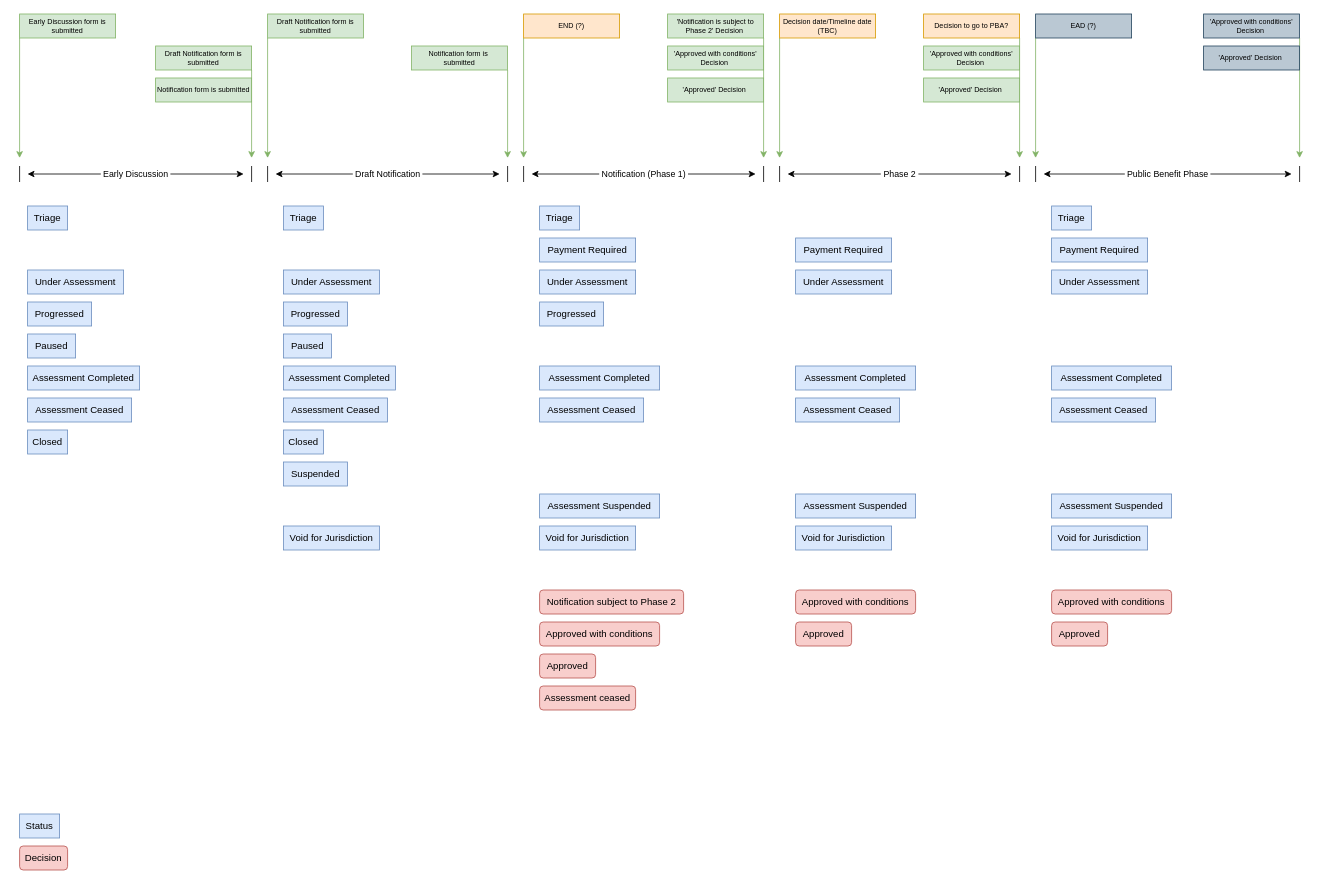
Earlier version of the draw.io diagram logging/Merger Matter Phase and Status.drawio (danieldotskc/helloworld). Source tidied: cells renumbered, new cells numbered last; positions are measured from the earlier drawing's top-left corner, leaving out a move shared by most shapes. Both pictures are drawn from the tidied source at 80%, with x=0, y=0 at pixel (19, 14).
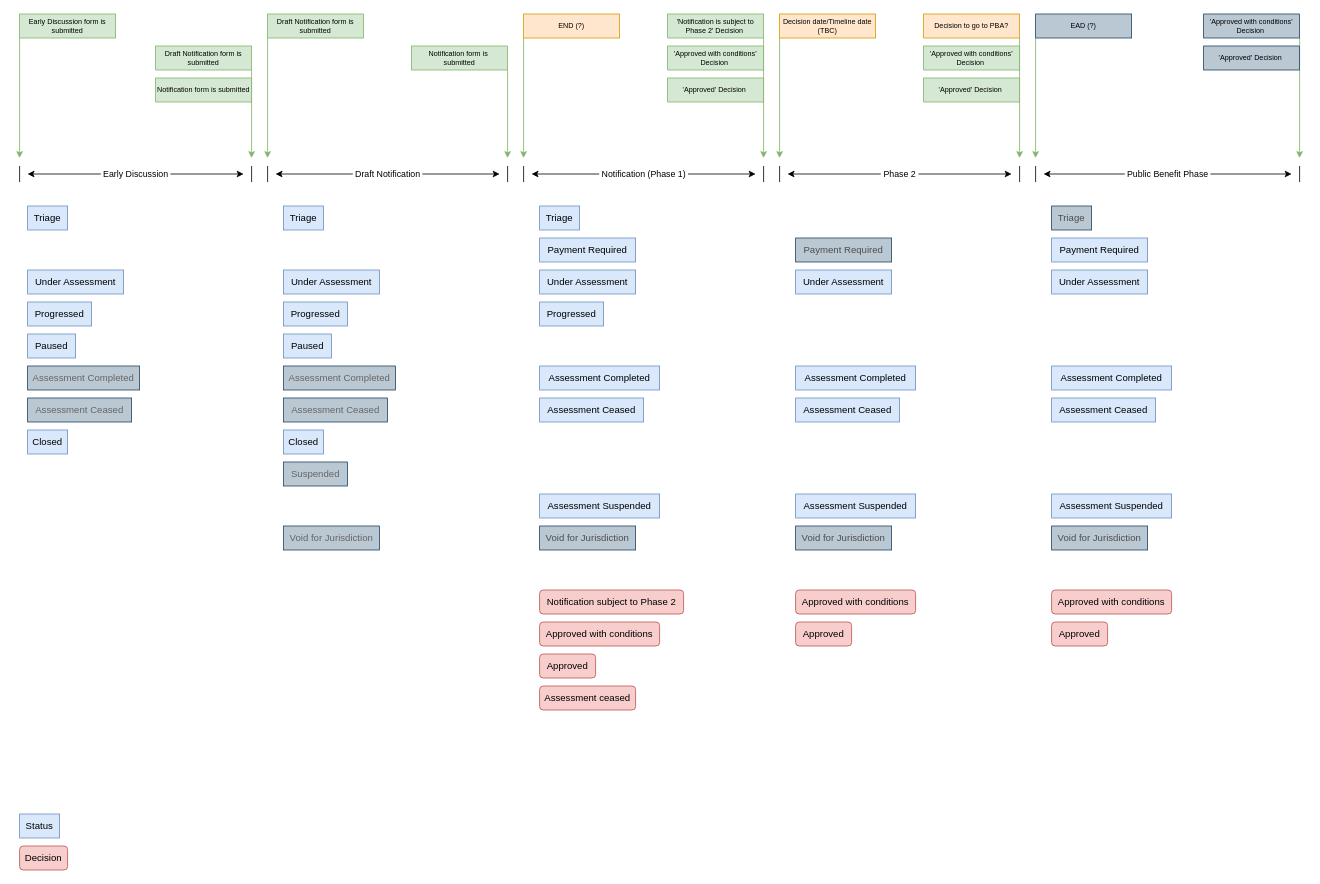
The same diagram, later.

Diff of the diagram source:
```diff
@@
-    <mxCell id="26" value="Void for Jurisdiction" style="rounded=0;whiteSpace=wrap;html=1;fillColor=#dae8fc;strokeColor=#6c8ebf;" parent="1" vertex="1">
+    <mxCell id="26" value="Void for Jurisdiction" style="rounded=0;whiteSpace=wrap;html=1;fillColor=#bac8d3;strokeColor=#23445d;fontColor=#4D4D4D;" parent="1" vertex="1">
       <mxGeometry x="650" y="640" width="120" height="30" as="geometry" />
     </mxCell>
@@
-    <mxCell id="32" value="Void for Jurisdiction" style="rounded=0;whiteSpace=wrap;html=1;fillColor=#dae8fc;strokeColor=#6c8ebf;" parent="1" vertex="1">
+    <mxCell id="32" value="Void for Jurisdiction" style="rounded=0;whiteSpace=wrap;html=1;fillColor=#bac8d3;strokeColor=#23445d;fontColor=#4D4D4D;" parent="1" vertex="1">
       <mxGeometry x="970" y="640" width="120" height="30" as="geometry" />
     </mxCell>
-    <mxCell id="33" value="Payment Required" style="rounded=0;whiteSpace=wrap;html=1;fillColor=#dae8fc;strokeColor=#6c8ebf;" parent="1" vertex="1">
+    <mxCell id="33" value="Payment Required" style="rounded=0;whiteSpace=wrap;html=1;fillColor=#bac8d3;strokeColor=#23445d;fontColor=#4D4D4D;" parent="1" vertex="1">
       <mxGeometry x="970" y="280" width="120" height="30" as="geometry" />
     </mxCell>
@@
-    <mxCell id="36" value="Triage" style="rounded=0;whiteSpace=wrap;html=1;fillColor=#dae8fc;strokeColor=#6c8ebf;" parent="1" vertex="1">
+    <mxCell id="36" value="Triage" style="rounded=0;whiteSpace=wrap;html=1;fillColor=#bac8d3;strokeColor=#23445d;fontColor=#4D4D4D;" parent="1" vertex="1">
       <mxGeometry x="1290" y="240" width="50" height="30" as="geometry" />
     </mxCell>
@@
-    <mxCell id="39" value="Void for Jurisdiction" style="rounded=0;whiteSpace=wrap;html=1;fillColor=#dae8fc;strokeColor=#6c8ebf;" parent="1" vertex="1">
+    <mxCell id="39" value="Void for Jurisdiction" style="rounded=0;whiteSpace=wrap;html=1;fillColor=#bac8d3;strokeColor=#23445d;fontColor=#4D4D4D;" parent="1" vertex="1">
       <mxGeometry x="1290" y="640" width="120" height="30" as="geometry" />
     </mxCell>
@@
-    <mxCell id="71" value="Assessment Completed" style="rounded=0;whiteSpace=wrap;html=1;fillColor=#dae8fc;strokeColor=#6c8ebf;" parent="1" vertex="1">
+    <mxCell id="71" value="Assessment Completed" style="rounded=0;whiteSpace=wrap;html=1;fillColor=#bac8d3;strokeColor=#23445d;fontColor=#666666;" parent="1" vertex="1">
       <mxGeometry x="10" y="440" width="140" height="30" as="geometry" />
     </mxCell>
-    <mxCell id="72" value="Assessment Ceased" style="rounded=0;whiteSpace=wrap;html=1;fillColor=#dae8fc;strokeColor=#6c8ebf;" parent="1" vertex="1">
+    <mxCell id="72" value="Assessment Ceased" style="rounded=0;whiteSpace=wrap;html=1;fillColor=#bac8d3;strokeColor=#23445d;fontColor=#666666;" parent="1" vertex="1">
       <mxGeometry x="10" y="480" width="130" height="30" as="geometry" />
     </mxCell>
@@
-    <mxCell id="74" value="Assessment Completed" style="rounded=0;whiteSpace=wrap;html=1;fillColor=#dae8fc;strokeColor=#6c8ebf;" parent="1" vertex="1">
+    <mxCell id="74" value="Assessment Completed" style="rounded=0;whiteSpace=wrap;html=1;fillColor=#bac8d3;strokeColor=#23445d;fontColor=#666666;" parent="1" vertex="1">
       <mxGeometry x="330" y="440" width="140" height="30" as="geometry" />
     </mxCell>
-    <mxCell id="75" value="Assessment Ceased" style="rounded=0;whiteSpace=wrap;html=1;fillColor=#dae8fc;strokeColor=#6c8ebf;" parent="1" vertex="1">
+    <mxCell id="75" value="Assessment Ceased" style="rounded=0;whiteSpace=wrap;html=1;fillColor=#bac8d3;strokeColor=#23445d;fontColor=#666666;" parent="1" vertex="1">
       <mxGeometry x="330" y="480" width="130" height="30" as="geometry" />
     </mxCell>
-    <mxCell id="76" value="Suspended" style="rounded=0;whiteSpace=wrap;html=1;fillColor=#dae8fc;strokeColor=#6c8ebf;" parent="1" vertex="1">
+    <mxCell id="76" value="Suspended" style="rounded=0;whiteSpace=wrap;html=1;fillColor=#bac8d3;strokeColor=#23445d;fontColor=#666666;" parent="1" vertex="1">
       <mxGeometry x="330" y="560" width="80" height="30" as="geometry" />
     </mxCell>
-    <mxCell id="77" value="Void for Jurisdiction" style="rounded=0;whiteSpace=wrap;html=1;fillColor=#dae8fc;strokeColor=#6c8ebf;" parent="1" vertex="1">
+    <mxCell id="77" value="Void for Jurisdiction" style="rounded=0;whiteSpace=wrap;html=1;fillColor=#bac8d3;strokeColor=#23445d;fontColor=#666666;" parent="1" vertex="1">
       <mxGeometry x="330" y="640" width="120" height="30" as="geometry" />
     </mxCell>
```
